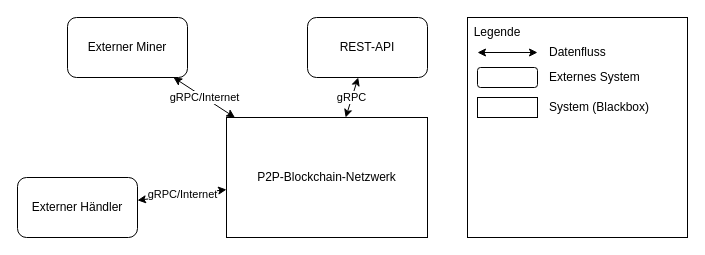
bjoern621/VSP-Blockchain keeps this draw.io diagram as docs/arc42/arc42-MinerNetwork/images/business_context.drawio. Above is the earlier version. Source tidied: cells renumbered, new cells numbered last; positions are measured from the earlier drawing's top-left corner, leaving out a move shared by most shapes. Both pictures are drawn from the tidied source at 100%, with x=0, y=0 at pixel (17, 17).
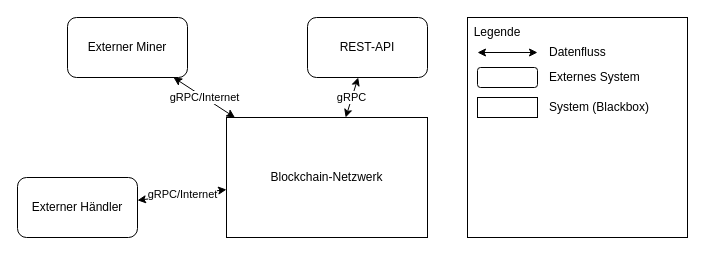
After the change.

Diff of the diagram source:
```diff
@@
 <mxGraphModel>
   <root>
     <mxCell id="0" />
     <mxCell id="1" parent="0" />
-    <mxCell id="2" value="P2P-Blockchain-Netzwerk" style="rounded=0;whiteSpace=wrap;html=1;" parent="1" vertex="1">
+    <mxCell id="2" value="Blockchain-Netzwerk" style="rounded=0;whiteSpace=wrap;html=1;" parent="1" vertex="1">
       <mxGeometry x="209" y="100" width="201" height="120" as="geometry" />
     </mxCell>
     <mxCell id="3" value="REST-API" style="rounded=1;whiteSpace=wrap;html=1;" parent="1" vertex="1">
       <mxGeometry x="290" width="120" height="60" as="geometry" />
     </mxCell>
     <mxCell id="4" value="gRPC" style="endArrow=classic;startArrow=classic;html=1;rounded=0;" parent="1" edge="1" source="2" target="3">
       <mxGeometry relative="1" as="geometry" />
     </mxCell>
     <mxCell id="5" value="Externer Miner" style="rounded=1;whiteSpace=wrap;html=1;" parent="1" vertex="1">
       <mxGeometry x="50" width="120" height="60" as="geometry" />
     </mxCell>
     <mxCell id="6" value="gRPC/Internet" style="endArrow=classic;startArrow=classic;html=1;rounded=0;" parent="1" edge="1" source="5" target="2">
       <mxGeometry relative="1" as="geometry" />
     </mxCell>
     <mxCell id="7" value="Externer Händler" style="rounded=1;whiteSpace=wrap;html=1;" parent="1" vertex="1">
       <mxGeometry y="160" width="120" height="60" as="geometry" />
     </mxCell>
     <mxCell id="8" value="gRPC/Internet" style="endArrow=classic;startArrow=classic;html=1;rounded=0;" parent="1" edge="1" source="7" target="2">
       <mxGeometry relative="1" as="geometry" />
     </mxCell>
     <mxCell id="9" style="whiteSpace=wrap;html=1;" parent="1" vertex="1">
       <mxGeometry x="450" width="220" height="220" as="geometry" />
     </mxCell>
     <mxCell id="10" value="Legende" style="text;html=1;whiteSpace=wrap;strokeColor=none;fillColor=none;align=center;verticalAlign=middle;rounded=0;" parent="1" vertex="1">
       <mxGeometry x="450" width="60" height="30" as="geometry" />
     </mxCell>
     <mxCell id="11" style="endArrow=classic;startArrow=classic;html=1;rounded=0;" parent="1" edge="1">
       <mxGeometry relative="1" as="geometry">
         <mxPoint x="460" y="35" as="sourcePoint" />
         <mxPoint x="520" y="35" as="targetPoint" />
       </mxGeometry>
     </mxCell>
     <mxCell id="12" value="Datenfluss" style="text;html=1;whiteSpace=wrap;strokeColor=none;fillColor=none;align=left;verticalAlign=middle;rounded=0;" parent="1" vertex="1">
       <mxGeometry x="530" y="20" width="130" height="30" as="geometry" />
     </mxCell>
     <mxCell id="13" style="rounded=1;whiteSpace=wrap;html=1;" parent="1" vertex="1">
       <mxGeometry x="460" y="50" width="60" height="20" as="geometry" />
     </mxCell>
     <mxCell id="14" value="Externes System" style="text;html=1;whiteSpace=wrap;strokeColor=none;fillColor=none;align=left;verticalAlign=middle;rounded=0;" parent="1" vertex="1">
       <mxGeometry x="530" y="45" width="130" height="30" as="geometry" />
     </mxCell>
     <mxCell id="15" style="rounded=0;whiteSpace=wrap;html=1;" parent="1" vertex="1">
       <mxGeometry x="460" y="80" width="60" height="20" as="geometry" />
     </mxCell>
     <mxCell id="16" value="System (Blackbox)" style="text;html=1;whiteSpace=wrap;strokeColor=none;fillColor=none;align=left;verticalAlign=middle;rounded=0;" parent="1" vertex="1">
       <mxGeometry x="530" y="75" width="130" height="30" as="geometry" />
     </mxCell>
   </root>
 </mxGraphModel>
```
